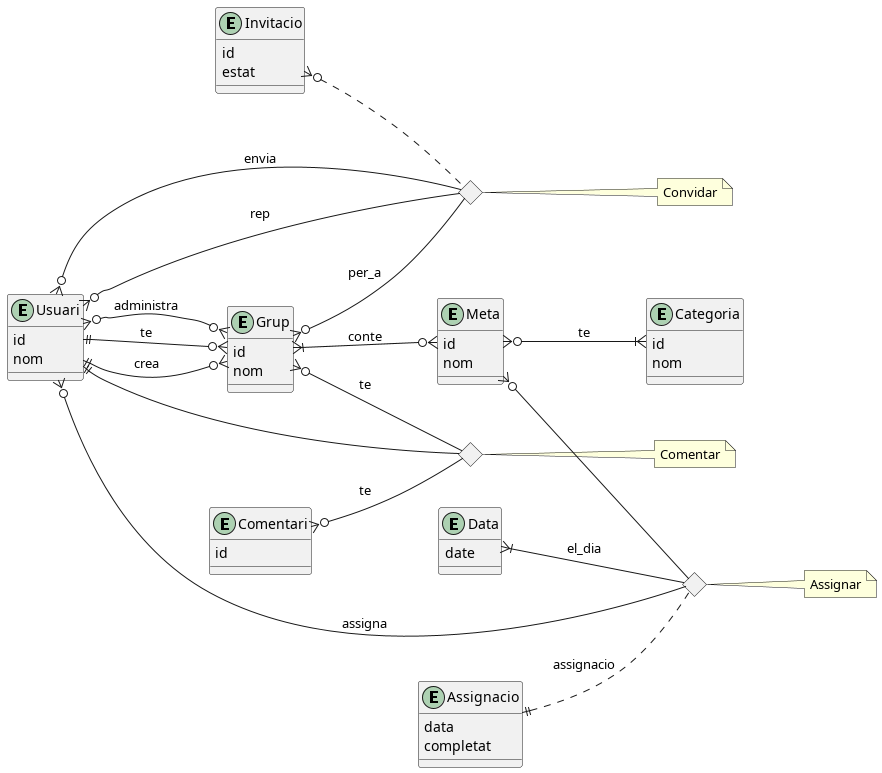
aaroncano2006/metari keeps this PlantUML diagram as img/diagrama-classes-2.png. Above is the earlier version. Its diagram source:
```plantuml
@startuml
left to right direction

entity Usuari {
  id
  nom
}

entity Grup {
  id
  nom
}

entity Meta {
  id
  nom
}

entity Categoria {
  id
  nom
}

entity Invitacio {
  id
  estat
}

entity Assignacio {
  data
  completat
}

entity Data {
  date
}

entity Comentari {
  id

}

<> AssignacioRel
<> InvitacioRel
<> comentariRel

note right of comentariRel : Comentar
note right of AssignacioRel : Assignar
note right of InvitacioRel : Convidar

Usuari }o-- AssignacioRel : assigna
Meta }o-- AssignacioRel
Assignacio ||.. AssignacioRel : assignacio
Data }|-- AssignacioRel : el_dia

Usuari ||--o{ Grup : te

Usuari }o-- InvitacioRel : envia
Usuari }o-- InvitacioRel : rep
Grup }o-- InvitacioRel : per_a
Invitacio }o.. InvitacioRel

Usuari ||--o{ Grup : crea

Usuari }o--o{ Grup : administra

Grup }|--o{ Meta : conte

Meta }o--|{ Categoria : te


Usuari ||-- comentariRel
Comentari }o-- comentariRel : te
Grup }o-- comentariRel : te




@enduml
```
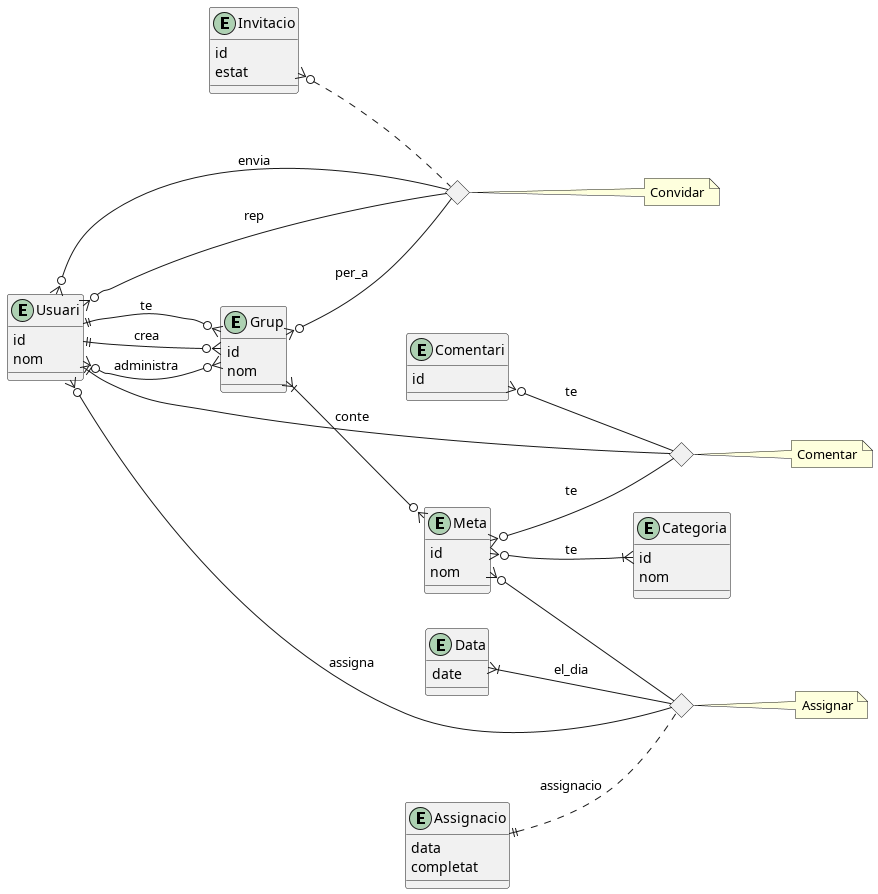
Later version of the same file.

Commit message:
Correcció en la ternaria de comentar, les metes són les que tenen comentaris.

The edit, as a diff of the source:
```diff
@@ -71,7 +71,7 @@
 
 Usuari ||-- comentariRel
 Comentari }o-- comentariRel : te
-Grup }o-- comentariRel : te
+Meta }o-- comentariRel : te
 
 
 
```
